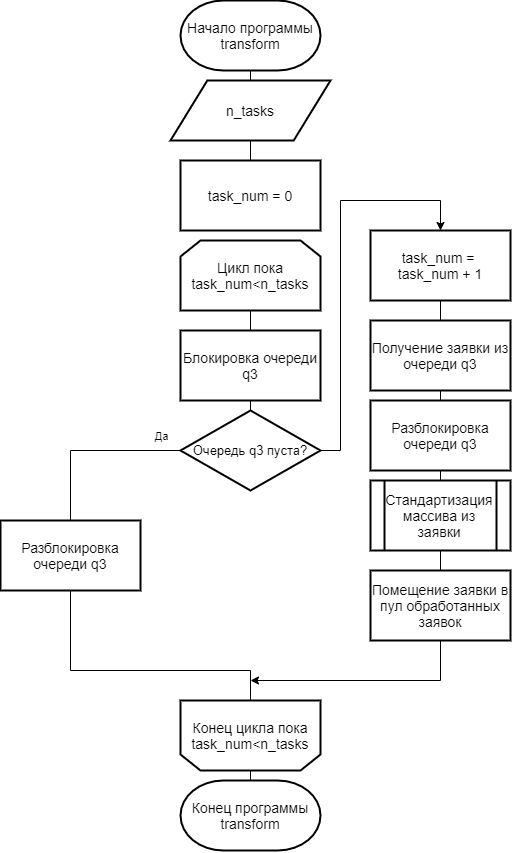
Earlier version of the draw.io export lab5/report/inc/img/paral_transformer.png (alena-zayts/BMSTU_5sem_analysis_of_algorithms). Source tidied: cells renumbered, new cells last; positions are measured from the earlier drawing's top-left corner, leaving out a move shared by most shapes.
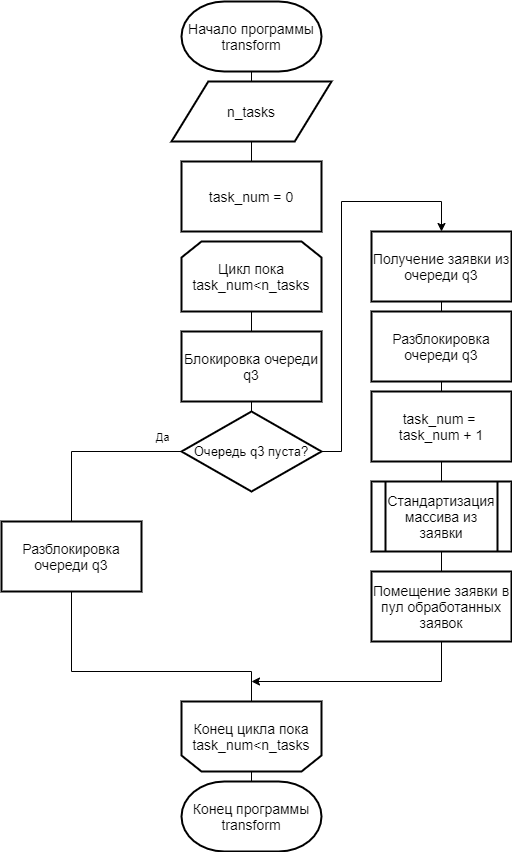
The same file after the commit.

What changed in the source:
```diff
@@ -40,7 +40,7 @@
       <mxGeometry x="180" y="160" width="140" height="70" as="geometry" />
     </mxCell>
     <mxCell id="13" value="Получение заявки из очереди q3" style="rounded=0;whiteSpace=wrap;html=1;strokeWidth=2;fontSize=14;" parent="1" vertex="1">
-      <mxGeometry x="370" y="320" width="140" height="70" as="geometry" />
+      <mxGeometry x="370" y="230" width="140" height="70" as="geometry" />
     </mxCell>
     <mxCell id="14" value="Помещение заявки в пул обработанных заявок" style="rounded=0;whiteSpace=wrap;html=1;strokeWidth=2;fontSize=14;" parent="1" vertex="1">
       <mxGeometry x="370" y="570" width="140" height="70" as="geometry" />
@@ -56,8 +56,9 @@
     <mxCell id="16" value="Блокировка очереди q3" style="rounded=0;whiteSpace=wrap;html=1;strokeWidth=2;fontSize=14;" parent="1" vertex="1">
       <mxGeometry x="180" y="330" width="140" height="70" as="geometry" />
     </mxCell>
-    <mxCell id="17" style="edgeStyle=orthogonalEdgeStyle;rounded=0;jettySize=auto;html=1;exitX=1;exitY=0.5;exitDx=0;exitDy=0;fontSize=13;entryX=0.5;entryY=0;entryDx=0;entryDy=0;" parent="1" edge="1" source="21" target="26">
+    <mxCell id="17" style="edgeStyle=orthogonalEdgeStyle;rounded=0;jettySize=auto;html=1;exitX=1;exitY=0.5;exitDx=0;exitDy=0;fontSize=13;entryX=0.5;entryY=0;entryDx=0;entryDy=0;" parent="1" edge="1" source="21">
       <mxGeometry x="-0.85" y="10" relative="1" as="geometry">
+        <mxPoint x="440" y="230" as="targetPoint" />
         <Array as="points">
           <mxPoint x="340" y="450" />
           <mxPoint x="340" y="200" />
@@ -80,7 +81,7 @@
       <mxGeometry x="180" y="410" width="140" height="80" as="geometry" />
     </mxCell>
     <mxCell id="22" value="Разблокировка очереди q3" style="rounded=0;whiteSpace=wrap;html=1;strokeWidth=2;fontSize=14;" parent="1" vertex="1">
-      <mxGeometry x="370" y="400" width="140" height="70" as="geometry" />
+      <mxGeometry x="370" y="310" width="140" height="70" as="geometry" />
     </mxCell>
     <mxCell id="23" style="edgeStyle=orthogonalEdgeStyle;rounded=0;jettySize=auto;html=1;entryX=0.5;entryY=1;entryDx=0;entryDy=0;endArrow=none;endFill=0;fontSize=13;" parent="1" edge="1" source="24" target="9">
       <mxGeometry relative="1" as="geometry">
@@ -93,11 +94,8 @@
     <mxCell id="24" value="Разблокировка очереди q3" style="rounded=0;whiteSpace=wrap;html=1;strokeWidth=2;fontSize=14;" parent="1" vertex="1">
       <mxGeometry y="520" width="140" height="70" as="geometry" />
     </mxCell>
-    <mxCell id="25" style="edgeStyle=orthogonalEdgeStyle;rounded=0;jettySize=auto;html=1;exitX=0.5;exitY=1;exitDx=0;exitDy=0;entryX=0.5;entryY=0;entryDx=0;entryDy=0;endArrow=none;endFill=0;" parent="1" edge="1" source="26" target="13">
-      <mxGeometry relative="1" as="geometry" />
-    </mxCell>
     <mxCell id="26" value="task_num = &lt;br&gt;task_num + 1" style="rounded=0;whiteSpace=wrap;html=1;strokeWidth=2;fontSize=14;" parent="1" vertex="1">
-      <mxGeometry x="370" y="230" width="140" height="70" as="geometry" />
+      <mxGeometry x="370" y="390" width="140" height="70" as="geometry" />
     </mxCell>
   </root>
 </mxGraphModel>
```
